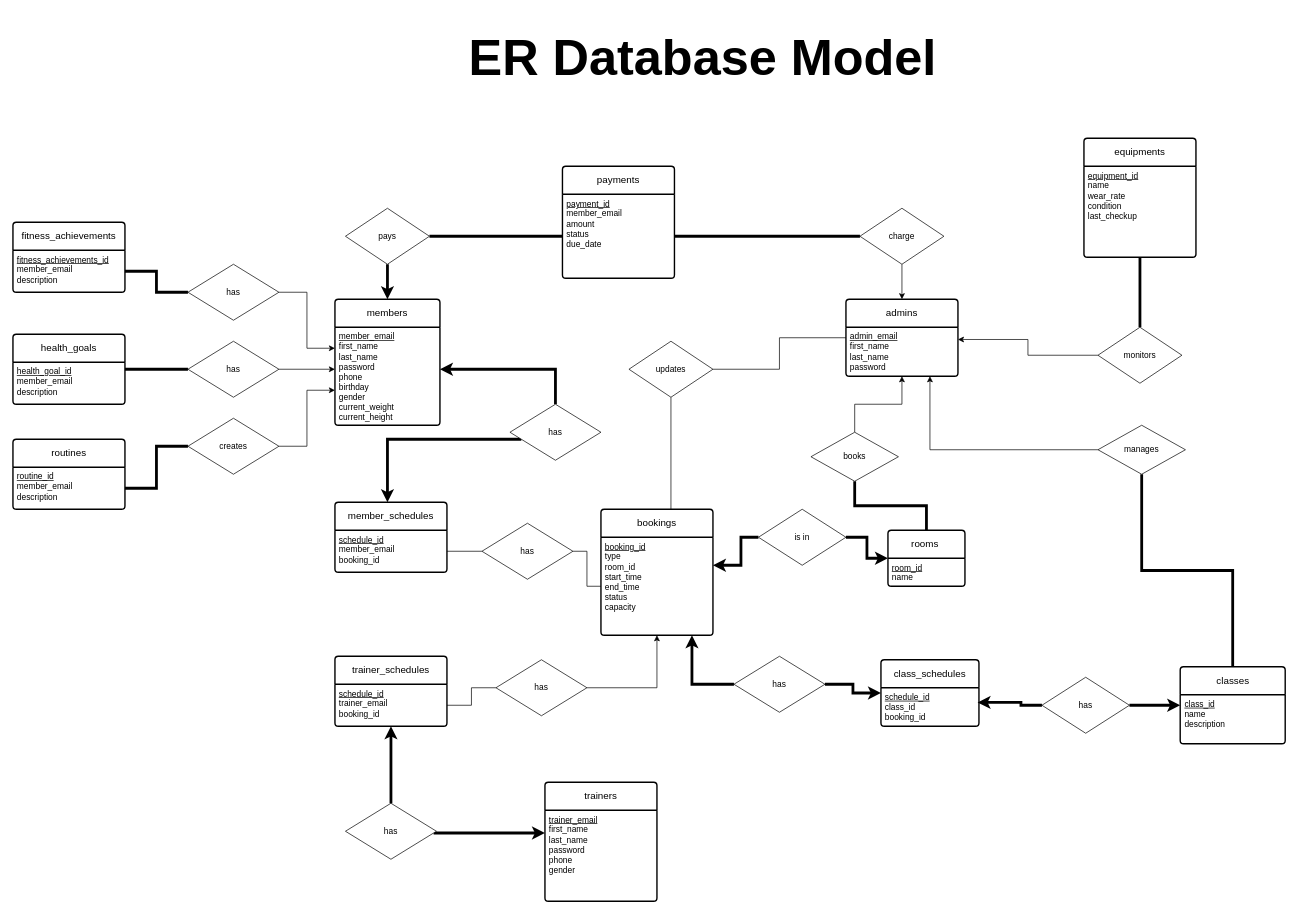
Earlier version of the draw.io diagram page "uml" (1 of 2) of docs/database/ER_MODEL.drawio (HamzaAlsarakbi/comp3005-project). Source tidied: cells renumbered, new cells numbered last; positions are measured from the earlier drawing's top-left corner, leaving out a move shared by most shapes. Both pictures are drawn from the tidied source at 70%, with x=0, y=0 at pixel (13, 12).
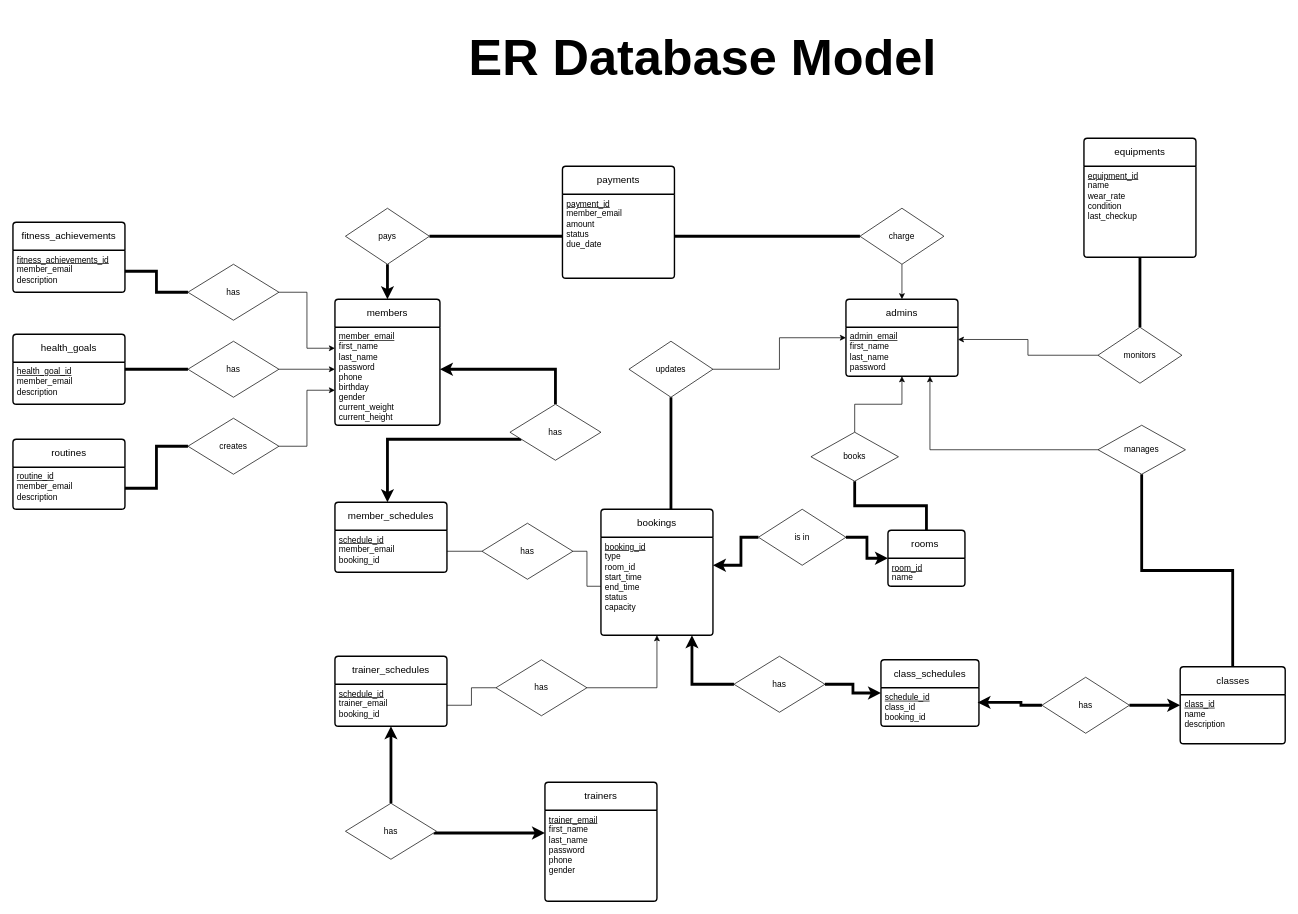
The same diagram, later.

Commit message:
Updated cardinality on diagram again

Unchanged cells that the change refers to:
```xml
<mxCell id="8" value="admins" style="swimlane;horizontal=1;startSize=40;rounded=1;fontSize=14;fontStyle=0;strokeWidth=2;shadow=0;dashed=0;align=center;arcSize=4;whiteSpace=wrap;html=1;" parent="1" vertex="1">
  <mxGeometry x="1190" y="410" width="160" height="110" as="geometry" />
</mxCell>
<mxCell id="23" value="updates" style="rhombus;whiteSpace=wrap;html=1;" parent="1" vertex="1">
  <mxGeometry x="880" y="470" width="120" height="80" as="geometry" />
</mxCell>
<mxCell id="64" value="bookings" style="swimlane;horizontal=1;startSize=40;rounded=1;fontSize=14;fontStyle=0;strokeWidth=2;shadow=0;dashed=0;align=center;arcSize=4;whiteSpace=wrap;html=1;" parent="1" vertex="1">
  <mxGeometry x="840" y="710" width="160" height="180" as="geometry" />
</mxCell>
```

Change to the diagram source:
```diff
@@
-    <mxCell id="19" style="edgeStyle=orthogonalEdgeStyle;rounded=0;jettySize=auto;html=1;entryX=0.5;entryY=1;entryDx=0;entryDy=0;endArrow=none;endFill=0;" parent="1" edge="1" source="64" target="23">
+    <mxCell id="19" style="edgeStyle=orthogonalEdgeStyle;rounded=0;jettySize=auto;html=1;entryX=0.5;entryY=1;entryDx=0;entryDy=0;endArrow=none;endFill=0;strokeWidth=4;" parent="1" edge="1" source="64" target="23">
       <mxGeometry relative="1" as="geometry">
         <Array as="points">
           <mxPoint x="890" y="780" />
           <mxPoint x="960" y="780" />
         </Array>
       </mxGeometry>
     </mxCell>
@@
-    <mxCell id="22" style="edgeStyle=orthogonalEdgeStyle;rounded=0;jettySize=auto;html=1;strokeWidth=1;endArrow=none;endFill=0;" parent="1" edge="1" source="23" target="8">
+    <mxCell id="22" style="edgeStyle=orthogonalEdgeStyle;rounded=0;jettySize=auto;html=1;strokeWidth=1;endArrow=classic;endFill=1;" parent="1" edge="1" source="23" target="8">
       <mxGeometry relative="1" as="geometry" />
     </mxCell>
```
